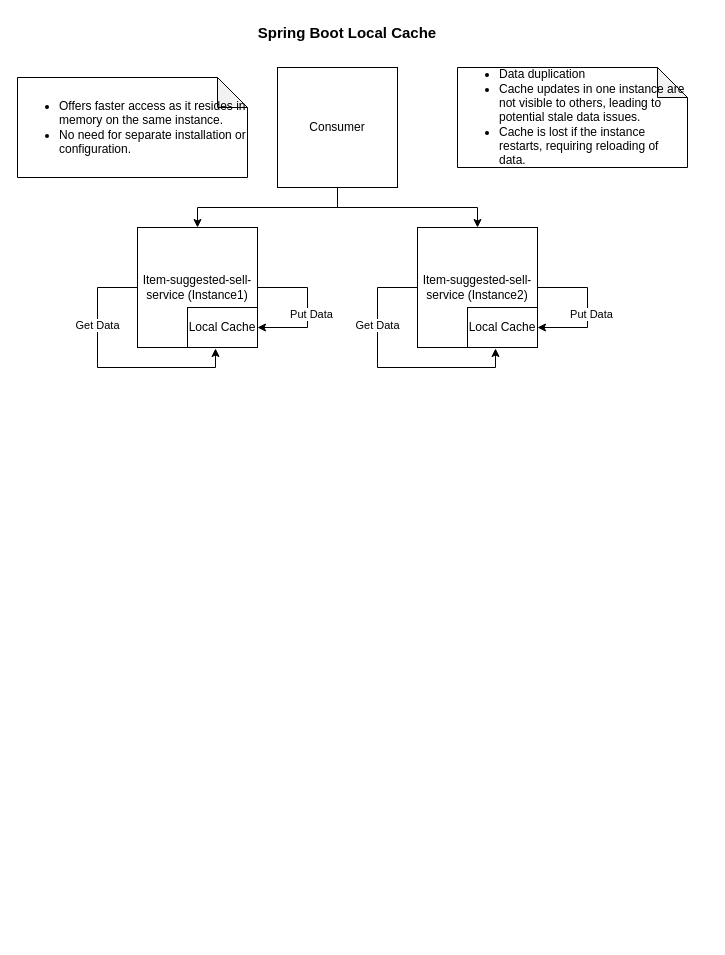
Before: Sample.drawio in aswathamnaren/ArchitectureDiagrams, a draw.io diagram. Source tidied: cells renumbered, new cells numbered last; positions are measured from the earlier drawing's top-left corner, leaving out a move shared by most shapes. Both pictures are drawn from the tidied source at 100%, with x=0, y=0 at pixel (17, 17).
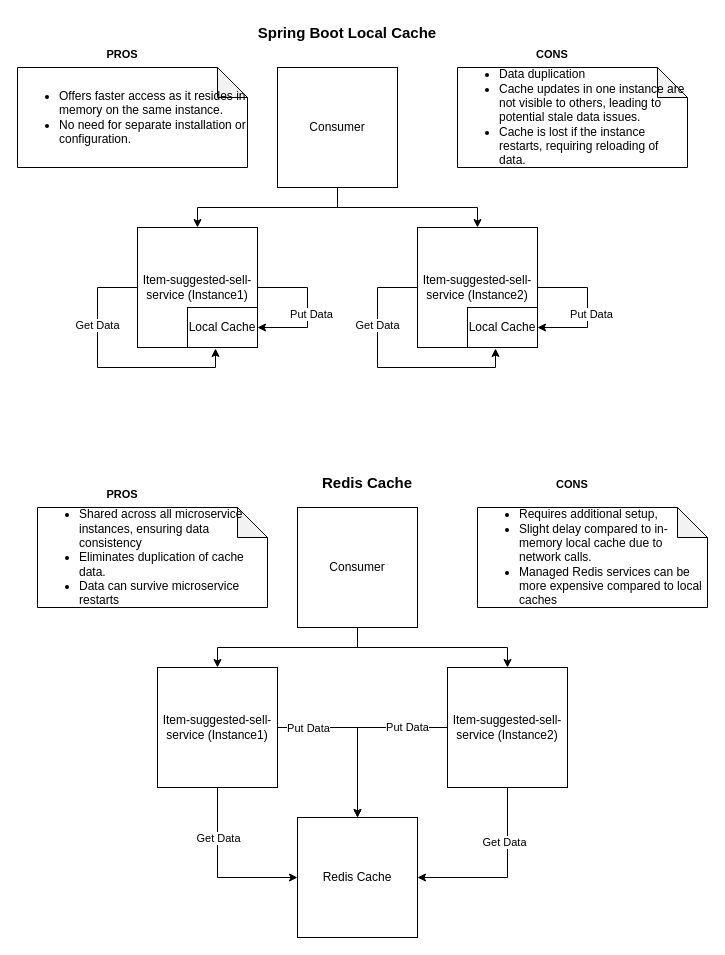
The same page after the edit.

Diff of the diagram source:
```diff
@@
     <mxCell id="17" value="&lt;ul&gt;&lt;li&gt;Offers faster access as it resides in memory on the same instance.&lt;/li&gt;&lt;li&gt;No need for separate installation or configuration.&lt;/li&gt;&lt;/ul&gt;" style="shape=note;whiteSpace=wrap;html=1;backgroundOutline=1;darkOpacity=0.05;align=left;" parent="1" vertex="1">
-      <mxGeometry y="60" width="230" height="100" as="geometry" />
+      <mxGeometry y="50" width="230" height="100" as="geometry" />
     </mxCell>
@@
+    <mxCell id="20" style="edgeStyle=orthogonalEdgeStyle;rounded=0;jettySize=auto;html=1;exitX=0.5;exitY=1;exitDx=0;exitDy=0;entryX=0;entryY=0.5;entryDx=0;entryDy=0;" parent="1" edge="1" source="22" target="33">
+      <mxGeometry relative="1" as="geometry" />
+    </mxCell>
+    <mxCell id="21" value="Get Data" style="edgeLabel;html=1;align=center;verticalAlign=middle;" parent="20" vertex="1">
+      <mxGeometry x="0.53" y="3" relative="1" as="geometry">
+        <mxPoint x="-40" y="-37" as="offset" />
+      </mxGeometry>
+    </mxCell>
+    <mxCell id="22" value="Item-suggested-sell-service (Instance1)" style="whiteSpace=wrap;html=1;" parent="1" vertex="1">
+      <mxGeometry x="140" y="650" width="120" height="120" as="geometry" />
+    </mxCell>
+    <mxCell id="23" style="edgeStyle=orthogonalEdgeStyle;rounded=0;jettySize=auto;html=1;exitX=0.5;exitY=1;exitDx=0;exitDy=0;" parent="1" edge="1" source="25" target="22">
+      <mxGeometry relative="1" as="geometry" />
+    </mxCell>
+    <mxCell id="24" style="edgeStyle=orthogonalEdgeStyle;rounded=0;jettySize=auto;html=1;exitX=0.5;exitY=1;exitDx=0;exitDy=0;entryX=0.5;entryY=0;entryDx=0;entryDy=0;" parent="1" edge="1" source="25" target="29">
+      <mxGeometry relative="1" as="geometry" />
+    </mxCell>
+    <mxCell id="25" value="Consumer" style="whiteSpace=wrap;html=1;" parent="1" vertex="1">
+      <mxGeometry x="280" y="490" width="120" height="120" as="geometry" />
+    </mxCell>
+    <mxCell id="26" value="Put Data" style="edgeStyle=orthogonalEdgeStyle;rounded=0;jettySize=auto;html=1;entryX=0.5;entryY=0;entryDx=0;entryDy=0;" parent="1" edge="1" source="29" target="33">
+      <mxGeometry x="-0.56" relative="1" as="geometry" />
+    </mxCell>
+    <mxCell id="27" style="edgeStyle=orthogonalEdgeStyle;rounded=0;jettySize=auto;html=1;entryX=1;entryY=0.5;entryDx=0;entryDy=0;" parent="1" edge="1" source="29" target="33">
+      <mxGeometry relative="1" as="geometry">
+        <Array as="points">
+          <mxPoint x="490" y="860" />
+        </Array>
+      </mxGeometry>
+    </mxCell>
+    <mxCell id="28" value="Get Data" style="edgeLabel;html=1;align=center;verticalAlign=middle;" parent="27" vertex="1">
+      <mxGeometry x="-0.4" y="-4" relative="1" as="geometry" />
+    </mxCell>
+    <mxCell id="29" value="Item-suggested-sell-service (Instance2)" style="whiteSpace=wrap;html=1;" parent="1" vertex="1">
+      <mxGeometry x="430" y="650" width="120" height="120" as="geometry" />
+    </mxCell>
+    <mxCell id="30" value="&lt;ul&gt;&lt;li&gt;Shared across all microservice instances, ensuring data consistency&lt;/li&gt;&lt;li&gt;Eliminates duplication of cache data.&lt;/li&gt;&lt;li&gt;Data can survive microservice restarts&lt;/li&gt;&lt;/ul&gt;" style="shape=note;whiteSpace=wrap;html=1;backgroundOutline=1;darkOpacity=0.05;align=left;" parent="1" vertex="1">
+      <mxGeometry x="20" y="490" width="230" height="100" as="geometry" />
+    </mxCell>
+    <mxCell id="31" value="&lt;ul&gt;&lt;li&gt;Requires additional setup,&lt;/li&gt;&lt;li&gt;Slight delay compared to in-memory local cache due to network calls.&lt;/li&gt;&lt;li&gt;Managed Redis services can be more expensive compared to local caches&lt;/li&gt;&lt;/ul&gt;" style="shape=note;whiteSpace=wrap;html=1;backgroundOutline=1;darkOpacity=0.05;align=left;" parent="1" vertex="1">
+      <mxGeometry x="460" y="490" width="230" height="100" as="geometry" />
+    </mxCell>
+    <mxCell id="32" value="Redis Cache" style="text;html=1;align=center;verticalAlign=middle;whiteSpace=wrap;rounded=0;fontSize=15;fontStyle=1;" parent="1" vertex="1">
+      <mxGeometry x="250" y="450" width="200" height="30" as="geometry" />
+    </mxCell>
+    <mxCell id="33" value="Redis Cache" style="whiteSpace=wrap;html=1;" parent="1" vertex="1">
+      <mxGeometry x="280" y="800" width="120" height="120" as="geometry" />
+    </mxCell>
+    <mxCell id="34" style="edgeStyle=orthogonalEdgeStyle;rounded=0;jettySize=auto;html=1;exitX=1;exitY=0.5;exitDx=0;exitDy=0;entryX=0.5;entryY=0;entryDx=0;entryDy=0;" parent="1" edge="1" source="22" target="33">
+      <mxGeometry relative="1" as="geometry" />
+    </mxCell>
+    <mxCell id="35" value="Put Data" style="edgeLabel;html=1;align=center;verticalAlign=middle;" parent="34" vertex="1">
+      <mxGeometry x="-0.52" y="-2" relative="1" as="geometry">
+        <mxPoint x="-11" y="-2" as="offset" />
+      </mxGeometry>
+    </mxCell>
+    <mxCell id="36" value="&lt;font style=&quot;font-size: 11px;&quot;&gt;PROS&lt;/font&gt;" style="text;html=1;align=center;verticalAlign=middle;whiteSpace=wrap;rounded=0;fontSize=15;fontStyle=1;" parent="1" vertex="1">
+      <mxGeometry x="60" y="20" width="90" height="30" as="geometry" />
+    </mxCell>
+    <mxCell id="37" value="&lt;font style=&quot;font-size: 11px;&quot;&gt;CONS&lt;/font&gt;" style="text;html=1;align=center;verticalAlign=middle;whiteSpace=wrap;rounded=0;fontSize=15;fontStyle=1;" parent="1" vertex="1">
+      <mxGeometry x="490" y="20" width="90" height="30" as="geometry" />
+    </mxCell>
+    <mxCell id="38" value="&lt;font style=&quot;font-size: 11px;&quot;&gt;PROS&lt;/font&gt;" style="text;html=1;align=center;verticalAlign=middle;whiteSpace=wrap;rounded=0;fontSize=15;fontStyle=1;" parent="1" vertex="1">
+      <mxGeometry x="60" y="460" width="90" height="30" as="geometry" />
+    </mxCell>
+    <mxCell id="39" value="&lt;font style=&quot;font-size: 11px;&quot;&gt;CONS&lt;/font&gt;" style="text;html=1;align=center;verticalAlign=middle;whiteSpace=wrap;rounded=0;fontSize=15;fontStyle=1;" parent="1" vertex="1">
+      <mxGeometry x="510" y="450" width="90" height="30" as="geometry" />
+    </mxCell>
```
